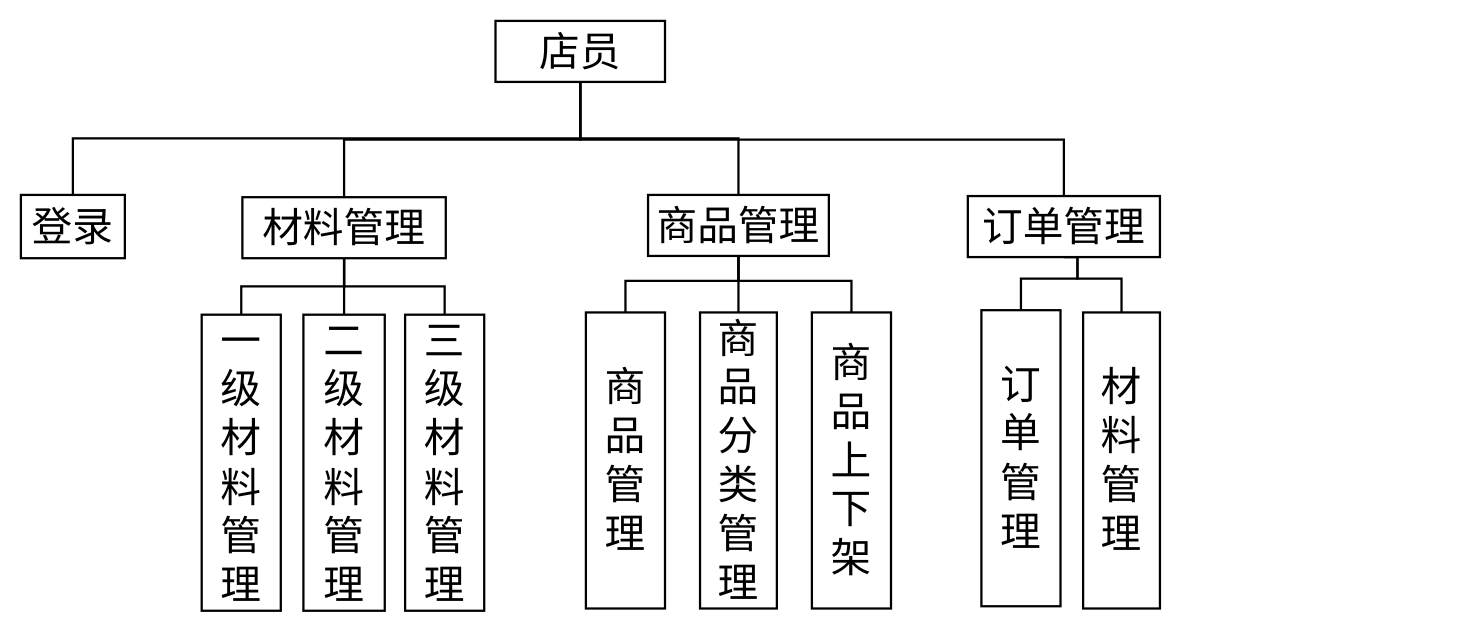
Before: 系统整体架构.drawio in LichCarlos/darwIo, a draw.io diagram. Source tidied: cells renumbered, new cells numbered last; positions are measured from the earlier drawing's top-left corner, leaving out a move shared by most shapes. Both pictures are drawn from the tidied source at 113%, with x=0, y=0 at pixel (-612, 20).
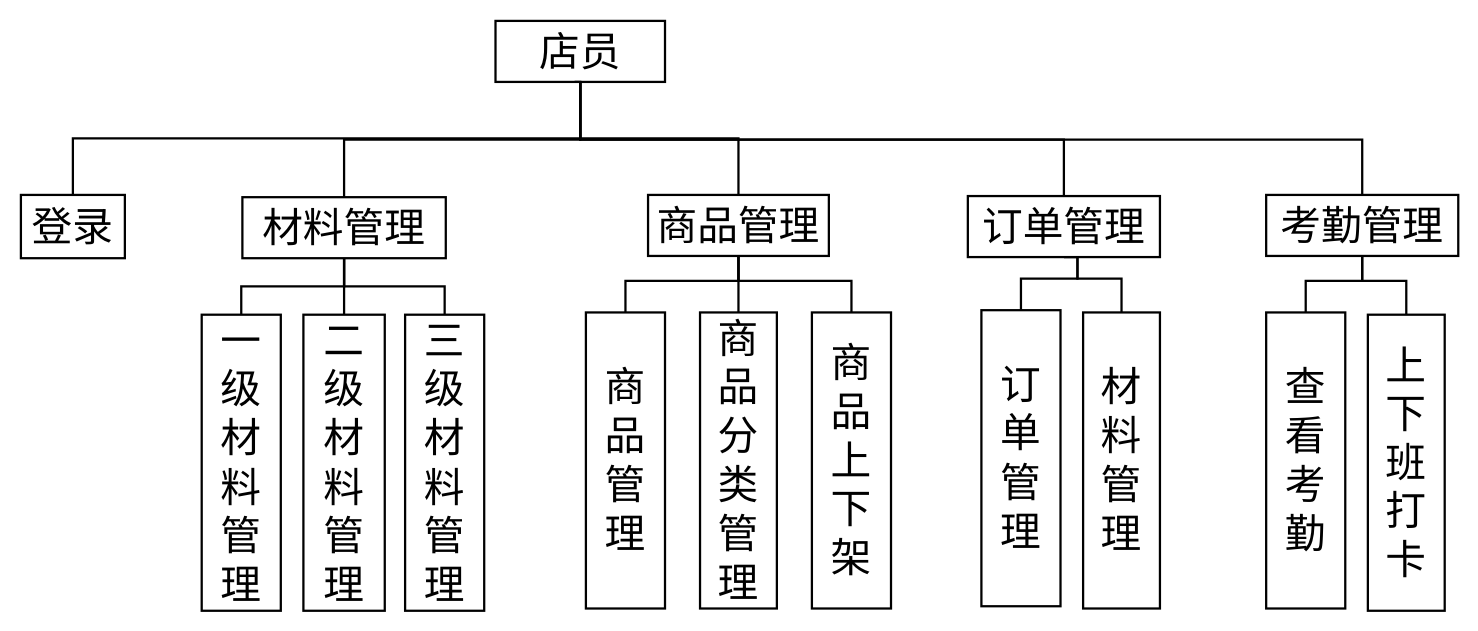
The same page after the edit.

Commit message (it also covers changes not shown here):
店员功能架构.drawio

Unchanged cells that the change refers to:
```xml
<mxCell id="5" value="店员" style="whiteSpace=wrap;strokeWidth=2;labelBackgroundColor=none;fontSize=36;horizontal=1;fontStyle=0;align=center;flipH=0;legacyAnchorPoints=0;verticalAlign=middle;" parent="1" vertex="1">
  <mxGeometry x="980" width="150" height="54" as="geometry" />
</mxCell>
<mxCell id="10" value="订单管理" style="whiteSpace=wrap;strokeWidth=2;labelBackgroundColor=none;fontSize=36;horizontal=1;fontStyle=0;align=center;flipH=0;legacyAnchorPoints=0;verticalAlign=middle;" parent="1" vertex="1">
  <mxGeometry x="1398" y="155" width="170" height="54" as="geometry" />
</mxCell>
```

The edit, as a diff of the source:
```diff
@@
     <mxCell id="21" style="startArrow=none;endArrow=none;exitX=0.5;exitY=1;entryX=0.5;entryY=0;rounded=0;labelBackgroundColor=none;fontColor=default;fontSize=36;horizontal=1;fontStyle=0;align=center;verticalAlign=middle;edgeStyle=orthogonalEdgeStyle;strokeWidth=2;endFill=0;exitDx=0;exitDy=0;" parent="1" edge="1" source="5" target="10">
       <mxGeometry relative="1" as="geometry">
         <Array as="points">
-          <mxPoint x="1135" y="105" />
-          <mxPoint x="1495" y="105" />
+          <mxPoint x="1055" y="105" />
+          <mxPoint x="1483" y="105" />
         </Array>
       </mxGeometry>
     </mxCell>
@@
+    <mxCell id="30" style="edgeStyle=orthogonalEdgeStyle;rounded=0;jettySize=auto;html=1;entryX=0.5;entryY=0;entryDx=0;entryDy=0;strokeWidth=2;endArrow=none;endFill=0;fontSize=36;" parent="1" edge="1" source="31" target="33">
+      <mxGeometry relative="1" as="geometry">
+        <Array as="points">
+          <mxPoint x="1747" y="230" />
+          <mxPoint x="1786" y="230" />
+        </Array>
+      </mxGeometry>
+    </mxCell>
+    <mxCell id="31" value="考勤管理" style="whiteSpace=wrap;strokeWidth=2;labelBackgroundColor=none;fontSize=36;horizontal=1;fontStyle=0;align=center;flipH=0;legacyAnchorPoints=0;verticalAlign=middle;" parent="1" vertex="1">
+      <mxGeometry x="1662" y="154" width="170" height="54" as="geometry" />
+    </mxCell>
+    <mxCell id="32" value="查看考勤" style="whiteSpace=wrap;strokeWidth=2;labelBackgroundColor=none;fontSize=36;horizontal=1;fontStyle=0;align=center;flipH=0;legacyAnchorPoints=0;verticalAlign=middle;" parent="1" vertex="1">
+      <mxGeometry x="1662" y="258" width="70" height="262" as="geometry" />
+    </mxCell>
+    <mxCell id="33" value="上下班打卡" style="whiteSpace=wrap;strokeWidth=2;labelBackgroundColor=none;fontSize=36;horizontal=1;fontStyle=0;align=center;flipH=0;legacyAnchorPoints=0;verticalAlign=middle;" parent="1" vertex="1">
+      <mxGeometry x="1752" y="260" width="68" height="262" as="geometry" />
+    </mxCell>
+    <mxCell id="34" style="startArrow=none;endArrow=none;exitX=0.5;exitY=1;entryX=0.5;entryY=0;rounded=0;labelBackgroundColor=none;fontColor=default;fontSize=36;horizontal=1;fontStyle=0;align=center;verticalAlign=middle;edgeStyle=orthogonalEdgeStyle;strokeWidth=2;endFill=0;exitDx=0;exitDy=0;entryDx=0;entryDy=0;" parent="1" edge="1" target="31">
+      <mxGeometry relative="1" as="geometry">
+        <mxPoint x="1050" y="54" as="sourcePoint" />
+        <Array as="points">
+          <mxPoint x="1055" y="54" />
+          <mxPoint x="1055" y="105" />
+          <mxPoint x="1747" y="105" />
+        </Array>
+      </mxGeometry>
+    </mxCell>
+    <mxCell id="35" style="edgeStyle=orthogonalEdgeStyle;rounded=0;jettySize=auto;html=1;entryX=0.5;entryY=0;entryDx=0;entryDy=0;strokeWidth=2;endArrow=none;endFill=0;fontSize=36;exitX=0.5;exitY=1;exitDx=0;exitDy=0;" parent="1" edge="1" source="31" target="32">
+      <mxGeometry relative="1" as="geometry">
+        <Array as="points">
+          <mxPoint x="1747" y="230" />
+          <mxPoint x="1697" y="230" />
+        </Array>
+      </mxGeometry>
+    </mxCell>
```
